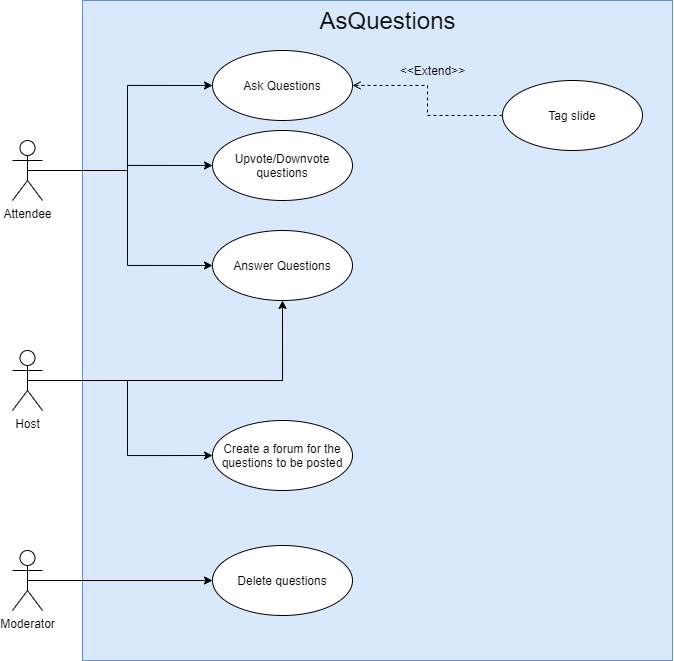
FEUP-ESOF-2020-21/open-cx-t1g1-ploggers keeps this draw.io diagram as img/use_cases.png. Above is the earlier version. Source tidied: cells renumbered, new cells last; positions are measured from the earlier drawing's top-left corner, leaving out a move shared by most shapes.
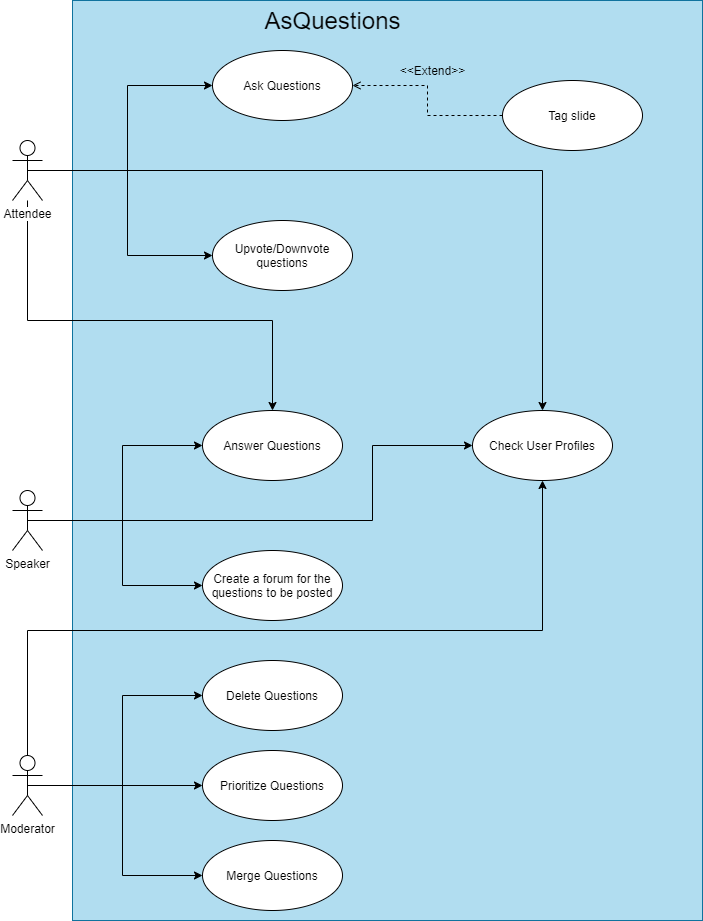
Later version of the same file.

Commit message:
Did some adjustements to the product vision, elevator pitch, use cases and user stories

Diff of the diagram source:
```diff
@@ -2,29 +2,34 @@
   <root>
     <mxCell id="0" />
     <mxCell id="1" parent="0" />
-    <mxCell id="2" style="rounded=0;whiteSpace=wrap;html=1;strokeWidth=1;fillColor=#dae8fc;strokeColor=#6c8ebf;" parent="1" vertex="1">
-      <mxGeometry x="70" width="590" height="660" as="geometry" />
-    </mxCell>
+    <mxCell id="21" style="rounded=0;whiteSpace=wrap;html=1;fillColor=#b1ddf0;strokeColor=#10739e;" parent="1" vertex="1">
+      <mxGeometry x="60" width="630" height="920" as="geometry" />
+    </mxCell>
     <mxCell id="3" style="edgeStyle=orthogonalEdgeStyle;rounded=0;jettySize=auto;html=1;exitX=0.5;exitY=0.5;exitDx=0;exitDy=0;exitPerimeter=0;entryX=0;entryY=0.5;entryDx=0;entryDy=0;" parent="1" edge="1" source="6" target="7">
       <mxGeometry relative="1" as="geometry" />
     </mxCell>
+    <mxCell id="5" style="edgeStyle=orthogonalEdgeStyle;rounded=0;jettySize=auto;html=1;exitX=0.5;exitY=0.5;exitDx=0;exitDy=0;exitPerimeter=0;entryX=0;entryY=0.5;entryDx=0;entryDy=0;" parent="1" edge="1" source="6" target="9">
+      <mxGeometry relative="1" as="geometry" />
+    </mxCell>
-    <mxCell id="4" style="edgeStyle=orthogonalEdgeStyle;rounded=0;jettySize=auto;html=1;exitX=0.5;exitY=0.5;exitDx=0;exitDy=0;exitPerimeter=0;entryX=0;entryY=0.5;entryDx=0;entryDy=0;" parent="1" edge="1" source="6" target="8">
-      <mxGeometry relative="1" as="geometry" />
+    <mxCell id="4" style="edgeStyle=orthogonalEdgeStyle;rounded=0;jettySize=auto;html=1;entryX=0.5;entryY=0;entryDx=0;entryDy=0;" parent="1" edge="1" source="6" target="8">
+      <mxGeometry relative="1" as="geometry">
+        <Array as="points">
+          <mxPoint x="15" y="320" />
+          <mxPoint x="260" y="320" />
+        </Array>
+      </mxGeometry>
     </mxCell>
-    <mxCell id="5" style="edgeStyle=orthogonalEdgeStyle;rounded=0;jettySize=auto;html=1;exitX=0.5;exitY=0.5;exitDx=0;exitDy=0;exitPerimeter=0;entryX=0;entryY=0.5;entryDx=0;entryDy=0;" parent="1" edge="1" source="6" target="9">
-      <mxGeometry relative="1" as="geometry" />
-    </mxCell>
+    <mxCell id="22" style="edgeStyle=orthogonalEdgeStyle;rounded=0;jettySize=auto;html=1;exitX=0.5;exitY=0.5;exitDx=0;exitDy=0;exitPerimeter=0;entryX=0.5;entryY=0;entryDx=0;entryDy=0;" parent="1" edge="1" source="6" target="28">
+      <mxGeometry relative="1" as="geometry" />
+    </mxCell>
     <mxCell id="6" value="Attendee" style="shape=umlActor;verticalLabelPosition=bottom;labelBackgroundColor=#ffffff;verticalAlign=top;html=1;" parent="1" vertex="1">
       <mxGeometry y="140" width="30" height="60" as="geometry" />
     </mxCell>
     <mxCell id="7" value="Ask Questions" style="ellipse;whiteSpace=wrap;html=1;" parent="1" vertex="1">
       <mxGeometry x="200" y="50" width="140" height="70" as="geometry" />
     </mxCell>
-    <mxCell id="8" value="Answer&amp;nbsp;Questions" style="ellipse;whiteSpace=wrap;html=1;" parent="1" vertex="1">
-      <mxGeometry x="200" y="230" width="140" height="70" as="geometry" />
-    </mxCell>
     <mxCell id="9" value="Upvote/Downvote questions" style="ellipse;whiteSpace=wrap;html=1;" parent="1" vertex="1">
-      <mxGeometry x="200" y="130" width="140" height="70" as="geometry" />
+      <mxGeometry x="200" y="220" width="140" height="70" as="geometry" />
     </mxCell>
     <mxCell id="10" style="edgeStyle=orthogonalEdgeStyle;rounded=0;jettySize=auto;html=1;exitX=0;exitY=0.5;exitDx=0;exitDy=0;dashed=1;endArrow=open;endFill=0;" parent="1" edge="1" source="11" target="7">
       <mxGeometry relative="1" as="geometry" />
@@ -32,36 +37,66 @@
     <mxCell id="11" value="Tag slide" style="ellipse;whiteSpace=wrap;html=1;" parent="1" vertex="1">
       <mxGeometry x="490" y="80" width="140" height="70" as="geometry" />
     </mxCell>
-    <mxCell id="12" style="edgeStyle=orthogonalEdgeStyle;rounded=0;jettySize=auto;html=1;exitX=0.5;exitY=0.5;exitDx=0;exitDy=0;exitPerimeter=0;entryX=0.5;entryY=1;entryDx=0;entryDy=0;" parent="1" edge="1" source="14" target="8">
-      <mxGeometry relative="1" as="geometry">
-        <Array as="points">
-          <mxPoint x="270" y="380" />
-        </Array>
-      </mxGeometry>
+    <mxCell id="12" style="edgeStyle=orthogonalEdgeStyle;rounded=0;jettySize=auto;html=1;exitX=0.5;exitY=0.5;exitDx=0;exitDy=0;exitPerimeter=0;entryX=0;entryY=0.5;entryDx=0;entryDy=0;" parent="1" edge="1" source="14" target="8">
+      <mxGeometry relative="1" as="geometry" />
     </mxCell>
     <mxCell id="13" style="edgeStyle=orthogonalEdgeStyle;rounded=0;jettySize=auto;html=1;exitX=0.5;exitY=0.5;exitDx=0;exitDy=0;exitPerimeter=0;entryX=0;entryY=0.5;entryDx=0;entryDy=0;" parent="1" edge="1" source="14" target="18">
       <mxGeometry relative="1" as="geometry" />
     </mxCell>
+    <mxCell id="23" style="edgeStyle=orthogonalEdgeStyle;rounded=0;jettySize=auto;html=1;exitX=0.5;exitY=0.5;exitDx=0;exitDy=0;exitPerimeter=0;entryX=0;entryY=0.5;entryDx=0;entryDy=0;" parent="1" edge="1" source="14" target="28">
+      <mxGeometry relative="1" as="geometry">
+        <Array as="points">
+          <mxPoint x="360" y="520" />
+          <mxPoint x="360" y="445" />
+        </Array>
+      </mxGeometry>
+    </mxCell>
-    <mxCell id="14" value="Host" style="shape=umlActor;verticalLabelPosition=bottom;labelBackgroundColor=#ffffff;verticalAlign=top;html=1;" parent="1" vertex="1">
-      <mxGeometry y="350" width="30" height="60" as="geometry" />
+    <mxCell id="14" value="Speaker" style="shape=umlActor;verticalLabelPosition=bottom;labelBackgroundColor=#ffffff;verticalAlign=top;html=1;" parent="1" vertex="1">
+      <mxGeometry y="490" width="30" height="60" as="geometry" />
     </mxCell>
-    <mxCell id="15" value="Delete questions" style="ellipse;whiteSpace=wrap;html=1;" parent="1" vertex="1">
-      <mxGeometry x="200" y="545" width="140" height="70" as="geometry" />
+    <mxCell id="15" value="Delete Questions" style="ellipse;whiteSpace=wrap;html=1;" parent="1" vertex="1">
+      <mxGeometry x="190" y="660" width="140" height="70" as="geometry" />
     </mxCell>
+    <mxCell id="8" value="Answer Questions" style="ellipse;whiteSpace=wrap;html=1;" parent="1" vertex="1">
+      <mxGeometry x="190" y="410" width="140" height="70" as="geometry" />
+    </mxCell>
     <mxCell id="16" style="edgeStyle=orthogonalEdgeStyle;rounded=0;jettySize=auto;html=1;exitX=0.5;exitY=0.5;exitDx=0;exitDy=0;exitPerimeter=0;entryX=0;entryY=0.5;entryDx=0;entryDy=0;" parent="1" edge="1" source="17" target="15">
       <mxGeometry relative="1" as="geometry" />
     </mxCell>
+    <mxCell id="24" style="edgeStyle=orthogonalEdgeStyle;rounded=0;jettySize=auto;html=1;exitX=0.5;exitY=0.5;exitDx=0;exitDy=0;exitPerimeter=0;entryX=0;entryY=0.5;entryDx=0;entryDy=0;" parent="1" edge="1" source="17" target="27">
+      <mxGeometry relative="1" as="geometry" />
+    </mxCell>
+    <mxCell id="25" style="edgeStyle=orthogonalEdgeStyle;rounded=0;jettySize=auto;html=1;exitX=0.5;exitY=0.5;exitDx=0;exitDy=0;exitPerimeter=0;entryX=0.5;entryY=1;entryDx=0;entryDy=0;" parent="1" edge="1" source="17" target="28">
+      <mxGeometry relative="1" as="geometry">
+        <Array as="points">
+          <mxPoint x="15" y="630" />
+          <mxPoint x="530" y="630" />
+        </Array>
+      </mxGeometry>
+    </mxCell>
+    <mxCell id="26" style="edgeStyle=orthogonalEdgeStyle;rounded=0;jettySize=auto;html=1;exitX=0.5;exitY=0.5;exitDx=0;exitDy=0;exitPerimeter=0;entryX=0;entryY=0.5;entryDx=0;entryDy=0;" parent="1" edge="1" source="17" target="29">
+      <mxGeometry relative="1" as="geometry" />
+    </mxCell>
     <mxCell id="17" value="Moderator" style="shape=umlActor;verticalLabelPosition=bottom;labelBackgroundColor=#ffffff;verticalAlign=top;html=1;" parent="1" vertex="1">
-      <mxGeometry y="550" width="30" height="60" as="geometry" />
+      <mxGeometry y="755" width="30" height="60" as="geometry" />
     </mxCell>
     <mxCell id="18" value="Create a forum for the questions to be posted" style="ellipse;whiteSpace=wrap;html=1;" parent="1" vertex="1">
-      <mxGeometry x="200" y="420" width="140" height="70" as="geometry" />
+      <mxGeometry x="190" y="550" width="140" height="70" as="geometry" />
     </mxCell>
     <mxCell id="19" value="&amp;lt;&amp;lt;Extend&amp;gt;&amp;gt;" style="text;html=1;align=center;verticalAlign=middle;" parent="1" vertex="1">
       <mxGeometry x="380" y="60" width="80" height="20" as="geometry" />
     </mxCell>
     <mxCell id="20" value="&lt;font style=&quot;font-size: 24px&quot;&gt;AsQuestions&lt;/font&gt;" style="text;html=1;align=center;verticalAlign=middle;" parent="1" vertex="1">
-      <mxGeometry x="300" y="10" width="150" height="20" as="geometry" />
+      <mxGeometry x="245" y="10" width="150" height="20" as="geometry" />
     </mxCell>
+    <mxCell id="27" value="Prioritize Questions" style="ellipse;whiteSpace=wrap;html=1;" parent="1" vertex="1">
+      <mxGeometry x="190" y="750" width="140" height="70" as="geometry" />
+    </mxCell>
+    <mxCell id="28" value="Check User Profiles" style="ellipse;whiteSpace=wrap;html=1;" parent="1" vertex="1">
+      <mxGeometry x="460" y="410" width="140" height="70" as="geometry" />
+    </mxCell>
+    <mxCell id="29" value="Merge Questions" style="ellipse;whiteSpace=wrap;html=1;" parent="1" vertex="1">
+      <mxGeometry x="190" y="840" width="140" height="70" as="geometry" />
+    </mxCell>
   </root>
 </mxGraphModel>
```
